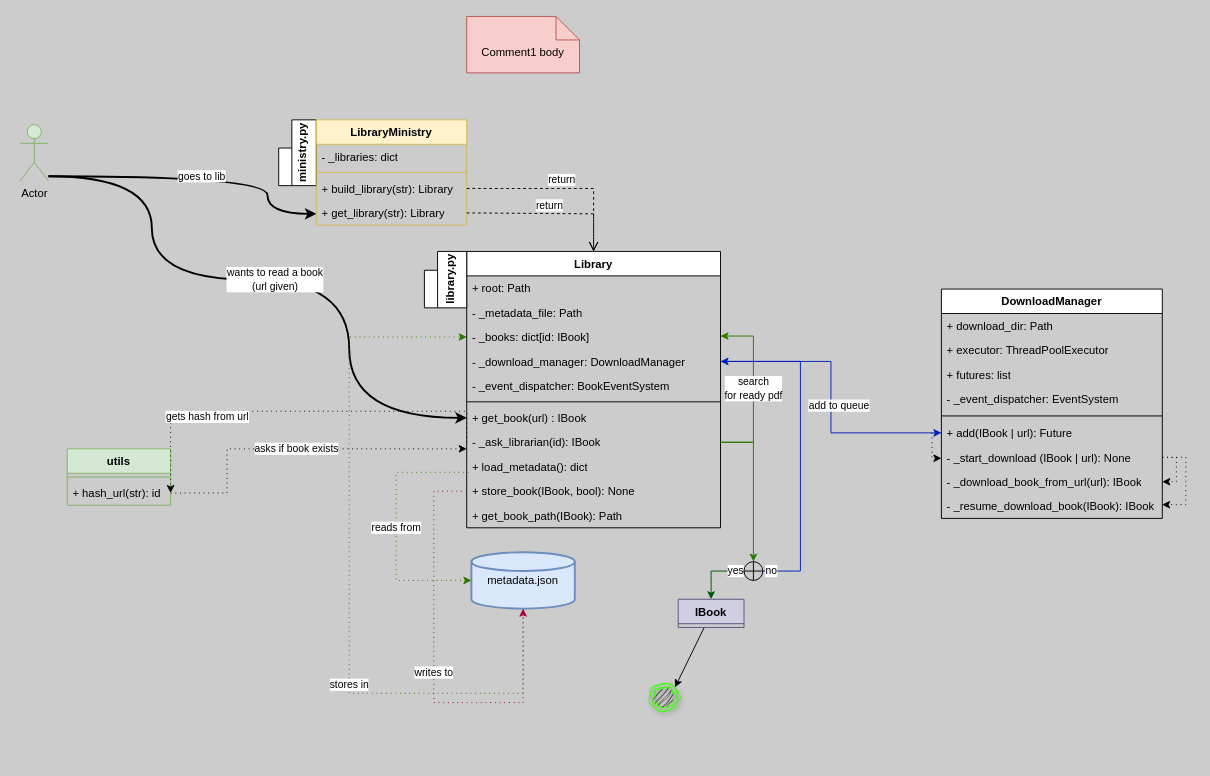
Before: booksnap/core/Library.drawio in michaellevin/book-snap, a draw.io diagram. Source tidied: cells renumbered, new cells numbered last; positions are measured from the earlier drawing's top-left corner, leaving out a move shared by most shapes. Both pictures are drawn from the tidied source at 94%, with x=0, y=0 at pixel (20, 16).
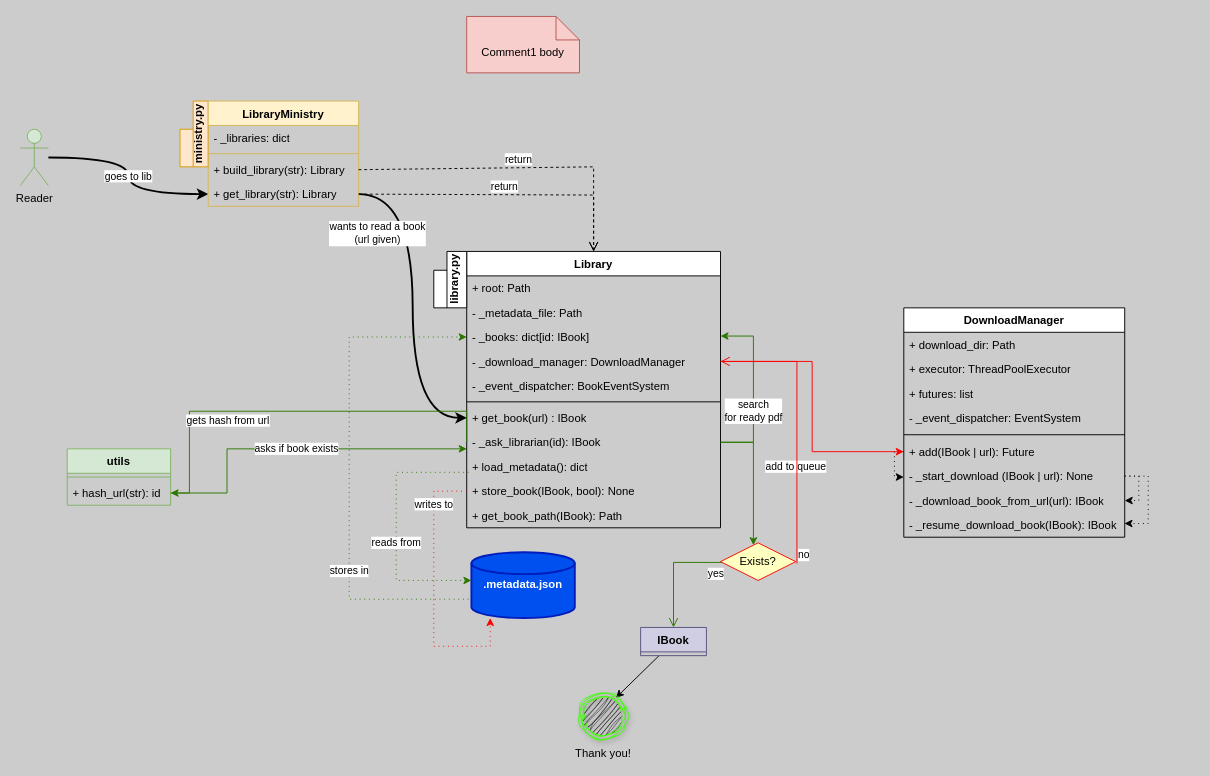
Above is the later version.

Unchanged cells that the change refers to:
```xml
<mxCell id="9" value="+ build_library(str): Library" style="text;strokeColor=none;fillColor=none;align=left;verticalAlign=top;spacingLeft=4;spacingRight=4;overflow=hidden;points=[[0,0.5],[1,0.5]];portConstraint=eastwest;whiteSpace=wrap;html=1;" parent="6" vertex="1">
  <mxGeometry y="60" width="160" height="26" as="geometry" />
</mxCell>
<mxCell id="10" value="+ get_library(str): Library" style="text;strokeColor=none;fillColor=none;align=left;verticalAlign=top;spacingLeft=4;spacingRight=4;overflow=hidden;points=[[0,0.5],[1,0.5]];portConstraint=eastwest;whiteSpace=wrap;html=1;" parent="6" vertex="1">
  <mxGeometry y="86" width="160" height="26" as="geometry" />
</mxCell>
<mxCell id="11" value="Library" style="swimlane;fontStyle=1;align=center;verticalAlign=top;horizontal=1;startSize=26;whiteSpace=wrap;html=1;" parent="1" vertex="1">
  <mxGeometry x="475" y="250" width="270" height="294" as="geometry" />
</mxCell>
<mxCell id="14" value="- _books: dict[id: IBook]" style="text;strokeColor=none;fillColor=none;align=left;verticalAlign=top;spacingLeft=4;spacingRight=4;overflow=hidden;points=[[0,0.5],[1,0.5]];portConstraint=eastwest;whiteSpace=wrap;html=1;" parent="11" vertex="1">
  <mxGeometry y="78" width="270" height="26" as="geometry" />
</mxCell>
<mxCell id="15" value="- _download_manager: DownloadManager" style="text;strokeColor=none;fillColor=none;align=left;verticalAlign=top;spacingLeft=4;spacingRight=4;overflow=hidden;points=[[0,0.5],[1,0.5]];portConstraint=eastwest;whiteSpace=wrap;html=1;" parent="11" vertex="1">
  <mxGeometry y="104" width="270" height="26" as="geometry" />
</mxCell>
<mxCell id="18" value="+ get_book(url) : IBook" style="text;strokeColor=none;fillColor=none;align=left;verticalAlign=top;spacingLeft=4;spacingRight=4;overflow=hidden;points=[[0,0.5],[1,0.5]];portConstraint=eastwest;whiteSpace=wrap;html=1;" parent="11" vertex="1">
  <mxGeometry y="164" width="270" height="26" as="geometry" />
</mxCell>
<mxCell id="20" value="- _ask_librarian(id): IBook&lt;br&gt;" style="text;strokeColor=none;fillColor=none;align=left;verticalAlign=top;spacingLeft=4;spacingRight=4;overflow=hidden;points=[[0,0.5],[1,0.5]];portConstraint=eastwest;whiteSpace=wrap;html=1;" parent="11" vertex="1">
  <mxGeometry y="190" width="270" height="26" as="geometry" />
</mxCell>
<mxCell id="21" value="+ load_metadata(): dict" style="text;strokeColor=none;fillColor=none;align=left;verticalAlign=top;spacingLeft=4;spacingRight=4;overflow=hidden;points=[[0,0.5],[1,0.5]];portConstraint=eastwest;whiteSpace=wrap;html=1;" parent="11" vertex="1">
  <mxGeometry y="216" width="270" height="26" as="geometry" />
</mxCell>
<mxCell id="22" value="+ store_book(IBook, bool): None" style="text;strokeColor=none;fillColor=none;align=left;verticalAlign=top;spacingLeft=4;spacingRight=4;overflow=hidden;points=[[0,0.5],[1,0.5]];portConstraint=eastwest;whiteSpace=wrap;html=1;" parent="11" vertex="1">
  <mxGeometry y="242" width="270" height="26" as="geometry" />
</mxCell>
<mxCell id="35" value="+ add(IBook | url): Future" style="text;strokeColor=none;fillColor=none;align=left;verticalAlign=top;spacingLeft=4;spacingRight=4;overflow=hidden;points=[[0,0.5],[1,0.5]];portConstraint=eastwest;whiteSpace=wrap;html=1;" parent="28" vertex="1">
  <mxGeometry y="140" width="235" height="26" as="geometry" />
</mxCell>
<mxCell id="48" value="+ hash_url(str): id" style="text;strokeColor=none;fillColor=none;align=left;verticalAlign=top;spacingLeft=4;spacingRight=4;overflow=hidden;points=[[0,0.5],[1,0.5]];portConstraint=eastwest;whiteSpace=wrap;html=1;" parent="46" vertex="1">
  <mxGeometry y="34" width="110" height="26" as="geometry" />
</mxCell>
```

Change to the diagram source:
```diff
@@
-    <mxCell id="2" value="ministry.py" style="shape=folder;fontStyle=1;spacingTop=10;tabWidth=40;tabHeight=14;tabPosition=left;html=1;whiteSpace=wrap;flipV=0;direction=north;horizontal=0;" parent="1" vertex="1">
-      <mxGeometry x="275" y="110" width="40" height="70" as="geometry" />
+    <mxCell id="2" value="ministry.py" style="shape=folder;fontStyle=1;spacingTop=10;tabWidth=40;tabHeight=14;tabPosition=left;html=1;whiteSpace=wrap;flipV=0;direction=north;horizontal=0;fillColor=#ffe6cc;strokeColor=#d79b00;" parent="1" vertex="1">
+      <mxGeometry x="170" y="90" width="30" height="70" as="geometry" />
     </mxCell>
     <mxCell id="3" value="goes to lib" style="edgeStyle=orthogonalEdgeStyle;jettySize=auto;html=1;strokeWidth=2;curved=1;" parent="1" edge="1" source="5" target="10">
-      <mxGeometry relative="1" as="geometry">
-        <Array as="points">
-          <mxPoint x="263" y="170" />
-          <mxPoint x="263" y="210" />
-        </Array>
-      </mxGeometry>
+      <mxGeometry relative="1" as="geometry" />
     </mxCell>
-    <mxCell id="4" value="wants to read a book&lt;br&gt;(url given)" style="edgeStyle=orthogonalEdgeStyle;jettySize=auto;html=1;strokeWidth=2;shadow=0;curved=1;" parent="1" edge="1" target="18">
-      <mxGeometry relative="1" as="geometry">
-        <mxPoint x="30" y="170" as="sourcePoint" />
-        <Array as="points">
-          <mxPoint x="140" y="170" />
-          <mxPoint x="140" y="280" />
-          <mxPoint x="350" y="280" />
-          <mxPoint x="350" y="427" />
-        </Array>
-      </mxGeometry>
+    <mxCell id="4" value="wants to read a book&lt;br&gt;(url given)" style="edgeStyle=orthogonalEdgeStyle;jettySize=auto;html=1;strokeWidth=2;shadow=0;curved=1;" parent="1" edge="1" source="10" target="18">
+      <mxGeometry x="-0.44" y="-38" relative="1" as="geometry" />
     </mxCell>
-    <mxCell id="5" value="Actor" style="shape=umlActor;verticalLabelPosition=bottom;verticalAlign=top;html=1;fillColor=#d5e8d4;strokeColor=#82b366;" parent="1" vertex="1">
-      <mxGeometry y="115" width="30" height="60" as="geometry" />
+    <mxCell id="5" value="Reader" style="shape=umlActor;verticalLabelPosition=bottom;verticalAlign=top;html=1;fillColor=#d5e8d4;strokeColor=#82b366;" parent="1" vertex="1">
+      <mxGeometry y="120" width="30" height="60" as="geometry" />
     </mxCell>
     <mxCell id="6" value="LibraryMinistry" style="swimlane;fontStyle=1;align=center;verticalAlign=top;horizontal=1;startSize=26;whiteSpace=wrap;html=1;fillColor=#fff2cc;strokeColor=#d6b656;" parent="1" vertex="1">
-      <mxGeometry x="315" y="110" width="160" height="112" as="geometry" />
+      <mxGeometry x="200" y="90" width="160" height="112" as="geometry" />
     </mxCell>
@@
     <mxCell id="19" value="search&lt;br&gt;for ready pdf" style="edgeStyle=orthogonalEdgeStyle;rounded=0;jettySize=auto;html=1;fillColor=#60a917;strokeColor=#2D7600;" parent="11" edge="1" source="20" target="14">
-      <mxGeometry relative="1" as="geometry">
+      <mxGeometry x="-0.26" relative="1" as="geometry">
         <Array as="points">
           <mxPoint x="305" y="203" />
           <mxPoint x="305" y="90" />
         </Array>
       </mxGeometry>
     </mxCell>
@@
     <mxCell id="24" value="library.py" style="shape=folder;fontStyle=1;spacingTop=10;tabWidth=40;tabHeight=14;tabPosition=left;html=1;whiteSpace=wrap;direction=north;horizontal=0;" parent="1" vertex="1">
-      <mxGeometry x="430" y="250" width="45" height="60" as="geometry" />
+      <mxGeometry x="440" y="250" width="35" height="60" as="geometry" />
     </mxCell>
     <mxCell id="25" value="return" style="html=1;verticalAlign=bottom;endArrow=open;dashed=1;endSize=8;curved=0;rounded=0;entryX=0.5;entryY=0;entryDx=0;entryDy=0;exitX=1;exitY=0.5;exitDx=0;exitDy=0;" parent="1" edge="1" source="9" target="11">
       <mxGeometry relative="1" as="geometry">
         <Array as="points">
-          <mxPoint x="610" y="183" />
+          <mxPoint x="610" y="160" />
         </Array>
       </mxGeometry>
     </mxCell>
     <mxCell id="26" value="return" style="html=1;verticalAlign=bottom;endArrow=open;dashed=1;endSize=8;curved=0;rounded=0;exitX=1;exitY=0.5;exitDx=0;exitDy=0;" parent="1" edge="1" source="10" target="11">
       <mxGeometry relative="1" as="geometry">
         <Array as="points">
-          <mxPoint x="610" y="210" />
+          <mxPoint x="610" y="190" />
         </Array>
       </mxGeometry>
     </mxCell>
@@
     <mxCell id="28" value="DownloadManager" style="swimlane;fontStyle=1;align=center;verticalAlign=top;horizontal=1;startSize=26;whiteSpace=wrap;html=1;" parent="1" vertex="1">
-      <mxGeometry x="980" y="290" width="235" height="244" as="geometry" />
+      <mxGeometry x="940" y="310" width="235" height="244" as="geometry" />
     </mxCell>
@@
-    <mxCell id="41" style="rounded=0;jettySize=auto;html=1;exitX=1;exitY=0.5;exitDx=0;exitDy=0;entryX=0;entryY=0.5;entryDx=0;entryDy=0;jumpStyle=none;edgeStyle=orthogonalEdgeStyle;fillColor=#0050ef;strokeColor=#001DBC;" parent="1" edge="1" source="15" target="35">
+    <mxCell id="41" style="rounded=0;jettySize=auto;html=1;exitX=1;exitY=0.5;exitDx=0;exitDy=0;entryX=0;entryY=0.5;entryDx=0;entryDy=0;jumpStyle=none;edgeStyle=orthogonalEdgeStyle;fillColor=#0050ef;strokeColor=#FF0000;" parent="1" edge="1" source="15" target="35">
       <mxGeometry relative="1" as="geometry" />
     </mxCell>
     <mxCell id="42" value="add to queue" style="edgeLabel;html=1;align=center;verticalAlign=middle;" parent="41" vertex="1">
       <mxGeometry x="0.08" y="-1" relative="1" as="geometry">
-        <mxPoint x="9" y="-4" as="offset" />
+        <mxPoint x="-17" y="52" as="offset" />
       </mxGeometry>
     </mxCell>
-    <mxCell id="43" value="yes" style="edgeStyle=orthogonalEdgeStyle;rounded=0;jettySize=auto;html=1;entryX=0.5;entryY=0;entryDx=0;entryDy=0;fillColor=#008a00;strokeColor=#005700;" parent="1" edge="1" source="45" target="57">
-      <mxGeometry x="-0.71" relative="1" as="geometry">
-        <Array as="points">
-          <mxPoint x="735" y="590" />
-        </Array>
-      </mxGeometry>
-    </mxCell>
-    <mxCell id="44" value="no" style="edgeStyle=orthogonalEdgeStyle;rounded=0;jettySize=auto;html=1;fillColor=#0050ef;strokeColor=#001DBC;" parent="1" edge="1" source="45" target="15">
-      <mxGeometry x="-0.95" relative="1" as="geometry">
-        <Array as="points">
-          <mxPoint x="830" y="590" />
-          <mxPoint x="830" y="367" />
-        </Array>
-      </mxGeometry>
-    </mxCell>
-    <mxCell id="45" style="verticalLabelPosition=bottom;verticalAlign=top;html=1;shape=mxgraph.flowchart.summing_function;direction=south;fillColor=none;" parent="1" vertex="1">
-      <mxGeometry x="770" y="580" width="20" height="20" as="geometry" />
-    </mxCell>
@@
-    <mxCell id="49" value="gets hash from url" style="edgeStyle=orthogonalEdgeStyle;rounded=0;jettySize=auto;html=1;exitX=0;exitY=0.5;exitDx=0;exitDy=0;dashed=1;dashPattern=1 4;entryX=1;entryY=0.5;entryDx=0;entryDy=0;" parent="1" edge="1" source="20" target="48">
-      <mxGeometry x="0.42" y="6" relative="1" as="geometry">
+    <mxCell id="49" value="gets hash from url" style="edgeStyle=orthogonalEdgeStyle;rounded=0;jettySize=auto;html=1;exitX=0;exitY=0.5;exitDx=0;exitDy=0;entryX=1;entryY=0.5;entryDx=0;entryDy=0;fillColor=#60a917;strokeColor=#2D7600;" parent="1" edge="1" source="20" target="48">
+      <mxGeometry x="0.32" y="10" relative="1" as="geometry">
         <Array as="points">
           <mxPoint x="475" y="420" />
-          <mxPoint x="170" y="420" />
-          <mxPoint x="170" y="427" />
+          <mxPoint x="180" y="420" />
+          <mxPoint x="180" y="507" />
         </Array>
       </mxGeometry>
     </mxCell>
-    <mxCell id="50" value="stores in" style="edgeStyle=orthogonalEdgeStyle;rounded=0;jettySize=auto;html=1;fillColor=#60a917;strokeColor=#2D7600;dashed=1;dashPattern=1 4;" parent="1" edge="1" source="51" target="14">
-      <mxGeometry x="-0.27" relative="1" as="geometry">
+    <mxCell id="50" value="stores in" style="edgeStyle=orthogonalEdgeStyle;rounded=0;jettySize=auto;html=1;fillColor=#60a917;strokeColor=#2D7600;dashed=1;dashPattern=1 4;exitX=-0.027;exitY=0.714;exitDx=0;exitDy=0;exitPerimeter=0;" parent="1" edge="1" source="51" target="14">
+      <mxGeometry x="-0.41" relative="1" as="geometry">
         <Array as="points">
-          <mxPoint x="535" y="720" />
-          <mxPoint x="350" y="720" />
+          <mxPoint x="350" y="620" />
           <mxPoint x="350" y="341" />
         </Array>
       </mxGeometry>
     </mxCell>
-    <mxCell id="51" value="metadata.json" style="strokeWidth=2;html=1;shape=mxgraph.flowchart.database;whiteSpace=wrap;fillColor=#dae8fc;strokeColor=#6c8ebf;" parent="1" vertex="1">
-      <mxGeometry x="480" y="570" width="110" height="60" as="geometry" />
+    <mxCell id="51" value=".metadata.json" style="strokeWidth=2;html=1;shape=mxgraph.flowchart.database;whiteSpace=wrap;fillColor=#0050ef;strokeColor=#001DBC;labelPosition=center;verticalLabelPosition=middle;align=center;verticalAlign=middle;fontColor=#ffffff;fontStyle=1;" parent="1" vertex="1">
+      <mxGeometry x="480" y="570" width="110" height="70" as="geometry" />
     </mxCell>
-    <mxCell id="52" value="writes to" style="edgeStyle=orthogonalEdgeStyle;rounded=0;jettySize=auto;html=1;exitX=0;exitY=0.5;exitDx=0;exitDy=0;fillColor=#d80073;strokeColor=#A50040;dashed=1;dashPattern=1 4;" parent="1" edge="1" source="22" target="51">
-      <mxGeometry relative="1" as="geometry">
+    <mxCell id="52" value="writes to" style="edgeStyle=orthogonalEdgeStyle;rounded=0;jettySize=auto;html=1;exitX=0;exitY=0.5;exitDx=0;exitDy=0;fillColor=#60a917;strokeColor=#FF0000;dashed=1;dashPattern=1 4;" parent="1" edge="1" source="22" target="51">
+      <mxGeometry x="-0.66" relative="1" as="geometry">
         <Array as="points">
           <mxPoint x="440" y="505" />
-          <mxPoint x="440" y="730" />
+          <mxPoint x="440" y="670" />
+          <mxPoint x="500" y="670" />
         </Array>
       </mxGeometry>
     </mxCell>
     <mxCell id="53" value="reads from" style="edgeStyle=orthogonalEdgeStyle;rounded=0;jettySize=auto;html=1;exitX=0.008;exitY=0.729;exitDx=0;exitDy=0;exitPerimeter=0;fillColor=#60a917;strokeColor=#2D7600;dashed=1;dashPattern=1 4;" parent="1" edge="1" source="21" target="51">
-      <mxGeometry relative="1" as="geometry">
+      <mxGeometry x="0.12" relative="1" as="geometry">
         <Array as="points">
           <mxPoint x="400" y="485" />
           <mxPoint x="400" y="600" />
         </Array>
       </mxGeometry>
     </mxCell>
-    <mxCell id="54" value="asks if book exists" style="edgeStyle=orthogonalEdgeStyle;rounded=0;jettySize=auto;html=1;exitX=1;exitY=0.5;exitDx=0;exitDy=0;dashed=1;dashPattern=1 4;" parent="1" edge="1" source="48" target="20">
+    <mxCell id="54" value="asks if book exists" style="edgeStyle=orthogonalEdgeStyle;rounded=0;jettySize=auto;html=1;exitX=1;exitY=0.5;exitDx=0;exitDy=0;fillColor=#60a917;strokeColor=#2D7600;" parent="1" edge="1" source="48" target="20">
       <mxGeometry relative="1" as="geometry">
         <Array as="points">
           <mxPoint x="220" y="507" />
           <mxPoint x="220" y="460" />
         </Array>
       </mxGeometry>
     </mxCell>
-    <mxCell id="55" style="edgeStyle=orthogonalEdgeStyle;rounded=0;jettySize=auto;html=1;entryX=0;entryY=0.5;entryDx=0;entryDy=0;entryPerimeter=0;fillColor=#60a917;strokeColor=#2D7600;" parent="1" edge="1" source="20" target="45">
+    <mxCell id="55" style="edgeStyle=orthogonalEdgeStyle;rounded=0;jettySize=auto;html=1;fillColor=#60a917;strokeColor=#2D7600;" parent="1" edge="1" source="20" target="59">
       <mxGeometry relative="1" as="geometry">
         <Array as="points">
           <mxPoint x="780" y="453" />
         </Array>
       </mxGeometry>
     </mxCell>
-    <mxCell id="56" style="rounded=0;jettySize=auto;html=1;entryX=0.886;entryY=0.124;entryDx=0;entryDy=0;entryPerimeter=0;" parent="1" edge="1" source="57" target="58">
+    <mxCell id="56" style="rounded=0;jettySize=auto;html=1;entryX=0.774;entryY=0.097;entryDx=0;entryDy=0;entryPerimeter=0;" parent="1" edge="1" source="57" target="58">
       <mxGeometry relative="1" as="geometry" />
     </mxCell>
     <mxCell id="57" value="IBook" style="swimlane;fontStyle=1;align=center;verticalAlign=top;horizontal=1;startSize=26;whiteSpace=wrap;html=1;fillColor=#d0cee2;strokeColor=#56517e;" parent="1" vertex="1" collapsed="1">
-      <mxGeometry x="700" y="620" width="70" height="30" as="geometry" />
+      <mxGeometry x="660" y="650" width="70" height="30" as="geometry" />
     </mxCell>
-    <mxCell id="58" style="ellipse;html=1;shape=endState;fillColor=#000000;strokeColor=#3CFF00;sketch=1;curveFitting=1;jiggle=2;shadow=1;" parent="1" vertex="1">
-      <mxGeometry x="670" y="710" width="30" height="30" as="geometry" />
+    <mxCell id="58" value="Thank you!" style="ellipse;html=1;shape=endState;fillColor=#000000;strokeColor=#3CFF00;sketch=1;curveFitting=1;jiggle=2;shadow=1;labelPosition=center;verticalLabelPosition=bottom;align=center;verticalAlign=top;" parent="1" vertex="1">
+      <mxGeometry x="595" y="720" width="50" height="50" as="geometry" />
     </mxCell>
+    <mxCell id="59" value="Exists?" style="rhombus;whiteSpace=wrap;html=1;fontColor=#000000;fillColor=#ffffc0;strokeColor=#ff0000;" parent="1" vertex="1">
+      <mxGeometry x="745" y="560" width="80" height="40" as="geometry" />
+    </mxCell>
+    <mxCell id="44" value="no" style="edgeStyle=orthogonalEdgeStyle;html=1;align=left;verticalAlign=bottom;endArrow=open;endSize=8;strokeColor=#FF0000;rounded=0;exitX=1.016;exitY=0.548;exitDx=0;exitDy=0;exitPerimeter=0;" parent="1" edge="1" source="59" target="15">
+      <mxGeometry x="-1" relative="1" as="geometry" />
+    </mxCell>
+    <mxCell id="43" value="yes" style="edgeStyle=orthogonalEdgeStyle;html=1;align=left;verticalAlign=top;endArrow=open;endSize=8;strokeColor=#2D7600;rounded=0;exitX=0.022;exitY=0.521;exitDx=0;exitDy=0;exitPerimeter=0;fillColor=#60a917;" parent="1" edge="1" source="59" target="57">
+      <mxGeometry x="-0.72" y="-1" relative="1" as="geometry" />
+    </mxCell>
```
